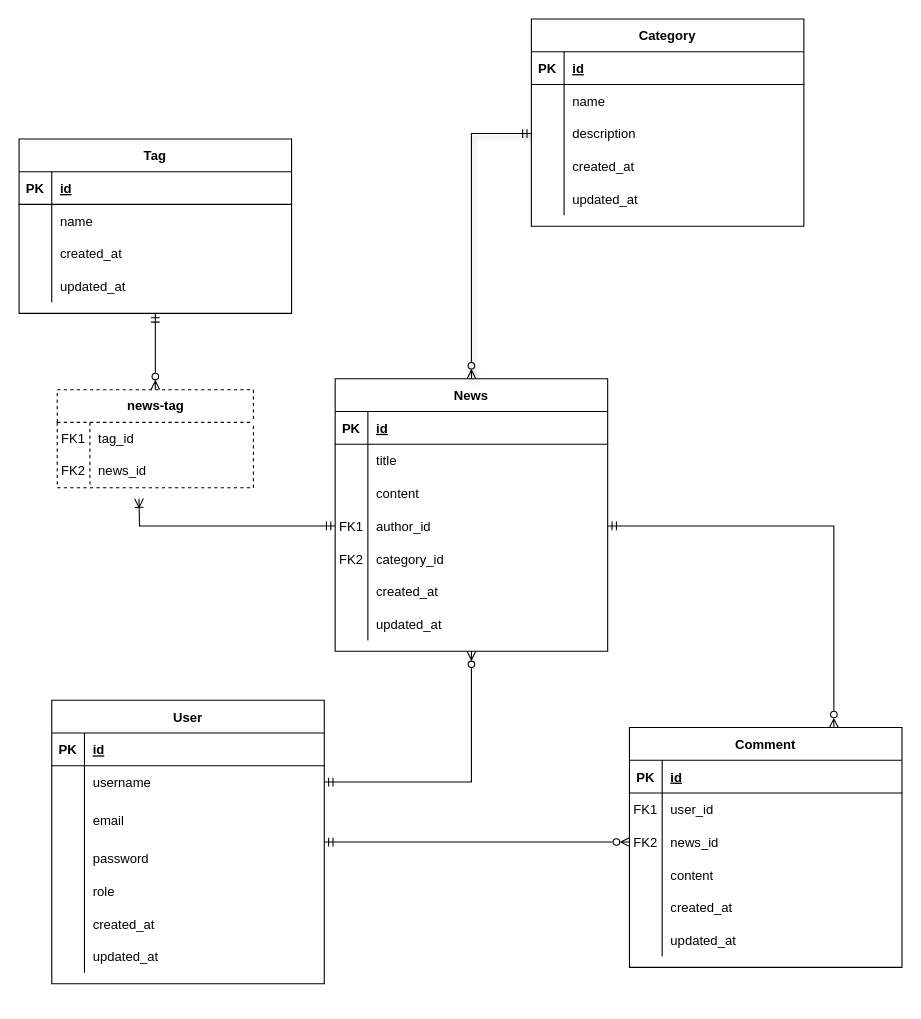
The draw.io diagram Diagrama sem nome.drawio in patorishia/TW-projeto1, before the edit. Source tidied: cells renumbered, new cells numbered last; positions are measured from the earlier drawing's top-left corner, leaving out a move shared by most shapes. Both pictures are drawn from the tidied source at 109%, with x=0, y=0 at pixel (19, 19).
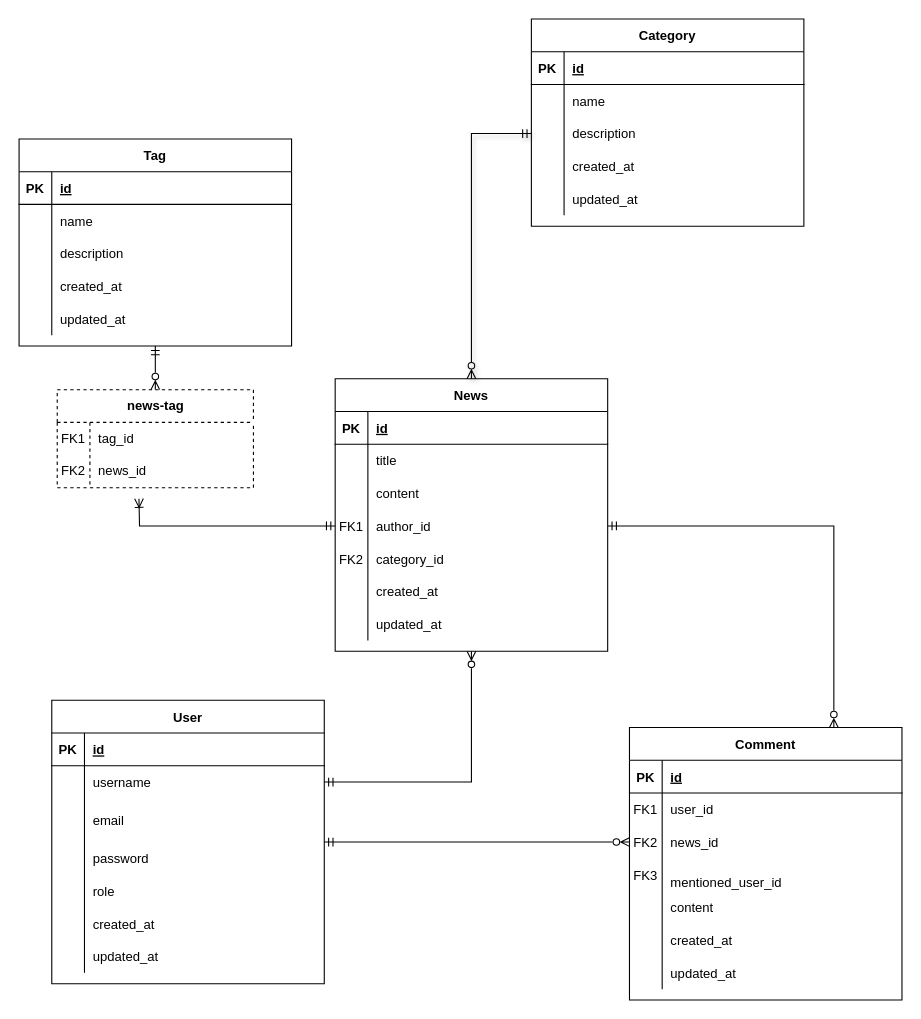
Above is the later version.

Diff of the diagram source:
```diff
@@
     <mxCell id="25" value="Comment" style="shape=table;startSize=30;childLayout=tableLayout;rowLines=0;fontStyle=1;align=center;" parent="1" vertex="1">
-      <mxGeometry x="560" y="650" width="250" height="220" as="geometry" />
+      <mxGeometry x="560" y="650" width="250" height="250" as="geometry" />
     </mxCell>
@@
+    <mxCell id="107" style="shape=partialRectangle;fillColor=none;top=0;left=0;right=0;bottom=0;" parent="25" vertex="1">
+      <mxGeometry y="120" width="250" height="30" as="geometry" />
+    </mxCell>
+    <mxCell id="108" value="FK3" style="shape=partialRectangle;overflow=hidden;fillColor=none;top=0;left=0;bottom=0;right=0;" parent="107" vertex="1">
+      <mxGeometry width="30" height="30" as="geometry" />
+    </mxCell>
+    <mxCell id="109" value="&#10; mentioned_user_id&#10;&#10;" style="shape=partialRectangle;overflow=hidden;fillColor=none;top=0;left=0;bottom=0;right=0;align=left;spacingLeft=6;" parent="107" vertex="1">
+      <mxGeometry x="30" width="220" height="30" as="geometry" />
+    </mxCell>
     <mxCell id="35" style="shape=partialRectangle;fillColor=none;top=0;left=0;right=0;bottom=0;" parent="25" vertex="1">
-      <mxGeometry y="120" width="250" height="30" as="geometry" />
+      <mxGeometry y="150" width="250" height="30" as="geometry" />
     </mxCell>
@@
     <mxCell id="38" style="shape=partialRectangle;fillColor=none;top=0;left=0;right=0;bottom=0;" parent="25" vertex="1">
-      <mxGeometry y="150" width="250" height="30" as="geometry" />
+      <mxGeometry y="180" width="250" height="30" as="geometry" />
     </mxCell>
@@
     <mxCell id="41" style="shape=partialRectangle;fillColor=none;top=0;left=0;right=0;bottom=0;" parent="25" vertex="1">
-      <mxGeometry y="180" width="250" height="30" as="geometry" />
+      <mxGeometry y="210" width="250" height="30" as="geometry" />
     </mxCell>
@@
     <mxCell id="84" value="Tag" style="shape=table;startSize=30;childLayout=tableLayout;rowLines=0;fontStyle=1;align=center;" parent="1" vertex="1">
-      <mxGeometry y="110" width="250" height="160" as="geometry" />
+      <mxGeometry y="110" width="250" height="190" as="geometry" />
     </mxCell>
@@
+    <mxCell id="110" style="shape=partialRectangle;fillColor=none;top=0;left=0;right=0;bottom=0;" parent="84" vertex="1">
+      <mxGeometry y="90" width="250" height="30" as="geometry" />
+    </mxCell>
+    <mxCell id="111" style="shape=partialRectangle;overflow=hidden;fillColor=none;top=0;left=0;bottom=0;right=0;" parent="110" vertex="1">
+      <mxGeometry width="30" height="30" as="geometry" />
+    </mxCell>
+    <mxCell id="112" value="description" style="shape=partialRectangle;overflow=hidden;fillColor=none;top=0;left=0;bottom=0;right=0;align=left;spacingLeft=6;" parent="110" vertex="1">
+      <mxGeometry x="30" width="220" height="30" as="geometry" />
+    </mxCell>
     <mxCell id="91" style="shape=partialRectangle;fillColor=none;top=0;left=0;right=0;bottom=0;" parent="84" vertex="1">
-      <mxGeometry y="90" width="250" height="30" as="geometry" />
+      <mxGeometry y="120" width="250" height="30" as="geometry" />
     </mxCell>
@@
     <mxCell id="94" style="shape=partialRectangle;fillColor=none;top=0;left=0;right=0;bottom=0;" parent="84" vertex="1">
-      <mxGeometry y="120" width="250" height="30" as="geometry" />
+      <mxGeometry y="150" width="250" height="30" as="geometry" />
     </mxCell>
```
